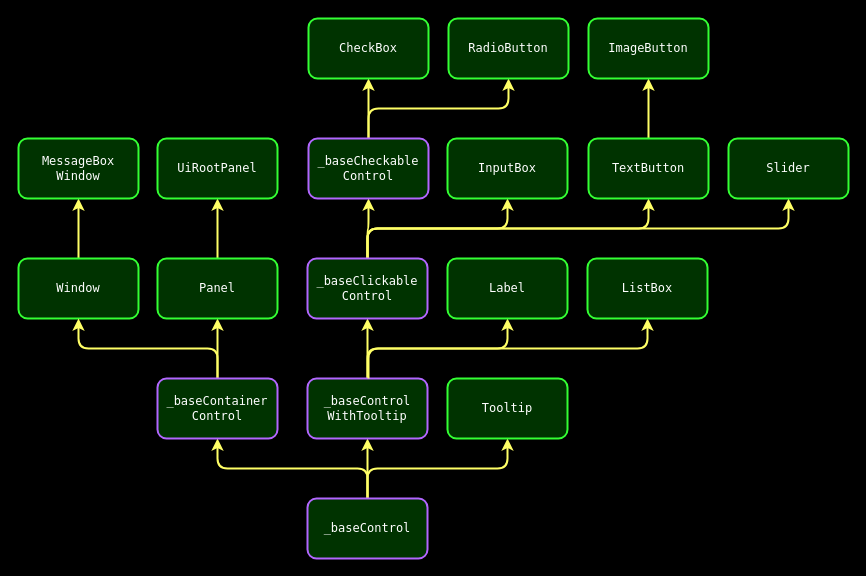
Before: _assets_/documentation/raptor-objects-ui.drawio in Grisgram/gml-raptor, a draw.io diagram. Source tidied: cells renumbered, new cells numbered last; positions are measured from the earlier drawing's top-left corner, leaving out a move shared by most shapes. Both pictures are drawn from the tidied source at 100%, with x=0, y=0 at pixel (18, 18).
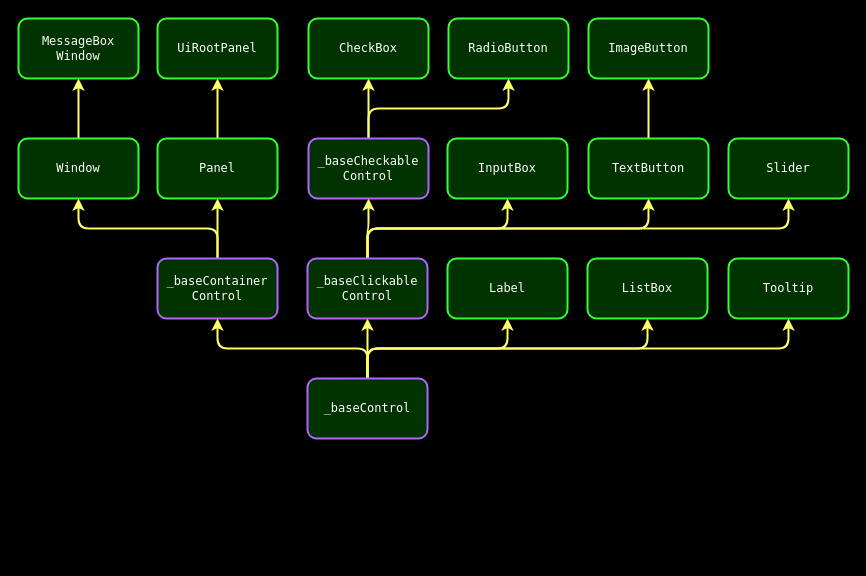
Above is the later version.

The change refers to these unchanged cells:
```xml
<mxCell id="17" value="&lt;font face=&quot;Lucida Console&quot;&gt;_baseClickable&lt;br&gt;Control&lt;br&gt;&lt;/font&gt;" style="rounded=1;whiteSpace=wrap;html=1;fillColor=#003300;strokeColor=#B266FF;fontColor=#FFFFFF;strokeWidth=2;" parent="1" vertex="1">
  <mxGeometry x="289" y="240" width="120" height="60" as="geometry" />
</mxCell>
<mxCell id="18" value="&lt;font face=&quot;Lucida Console&quot;&gt;Label&lt;br&gt;&lt;/font&gt;" style="rounded=1;whiteSpace=wrap;html=1;fillColor=#003300;strokeColor=#33FF33;fontColor=#FFFFFF;strokeWidth=2;" parent="1" vertex="1">
  <mxGeometry x="429" y="240" width="120" height="60" as="geometry" />
</mxCell>
<mxCell id="36" value="&lt;font face=&quot;Lucida Console&quot;&gt;ListBox&lt;br&gt;&lt;/font&gt;" style="rounded=1;whiteSpace=wrap;html=1;fillColor=#003300;strokeColor=#33FF33;fontColor=#FFFFFF;strokeWidth=2;" parent="1" vertex="1">
  <mxGeometry x="569" y="240" width="120" height="60" as="geometry" />
</mxCell>
```

What changed in the source:
```diff
@@
-    <mxCell id="2" style="edgeStyle=orthogonalEdgeStyle;shape=connector;rounded=1;jettySize=auto;html=1;labelBackgroundColor=default;fontFamily=Helvetica;fontSize=12;fontColor=#FFFFFF;endArrow=classic;strokeColor=#FFFF66;strokeWidth=2;exitX=0.5;exitY=0;exitDx=0;exitDy=0;" parent="1" edge="1" source="5" target="8">
-      <mxGeometry relative="1" as="geometry" />
-    </mxCell>
@@
+    <mxCell id="37" style="edgeStyle=orthogonalEdgeStyle;shape=connector;rounded=1;jettySize=auto;html=1;exitX=0.5;exitY=0;exitDx=0;exitDy=0;entryX=0.5;entryY=1;entryDx=0;entryDy=0;strokeColor=#FFFF66;strokeWidth=2;align=center;verticalAlign=middle;fontFamily=Helvetica;fontSize=12;fontColor=#FFFFFF;labelBackgroundColor=default;endArrow=classic;" parent="1" edge="1" source="5" target="17">
+      <mxGeometry relative="1" as="geometry" />
+    </mxCell>
+    <mxCell id="38" style="edgeStyle=orthogonalEdgeStyle;shape=connector;rounded=1;jettySize=auto;html=1;exitX=0.5;exitY=0;exitDx=0;exitDy=0;entryX=0.5;entryY=1;entryDx=0;entryDy=0;strokeColor=#FFFF66;strokeWidth=2;align=center;verticalAlign=middle;fontFamily=Helvetica;fontSize=12;fontColor=#FFFFFF;labelBackgroundColor=default;endArrow=classic;" parent="1" edge="1" source="5" target="18">
+      <mxGeometry relative="1" as="geometry" />
+    </mxCell>
+    <mxCell id="39" style="edgeStyle=orthogonalEdgeStyle;shape=connector;rounded=1;jettySize=auto;html=1;exitX=0.5;exitY=0;exitDx=0;exitDy=0;entryX=0.5;entryY=1;entryDx=0;entryDy=0;strokeColor=#FFFF66;strokeWidth=2;align=center;verticalAlign=middle;fontFamily=Helvetica;fontSize=12;fontColor=#FFFFFF;labelBackgroundColor=default;endArrow=classic;" parent="1" edge="1" source="5" target="36">
+      <mxGeometry relative="1" as="geometry" />
+    </mxCell>
     <mxCell id="5" value="&lt;font face=&quot;Lucida Console&quot;&gt;_baseControl&lt;/font&gt;" style="rounded=1;whiteSpace=wrap;html=1;fillColor=#003300;strokeColor=#B266FF;fontColor=#FFFFFF;strokeWidth=2;" parent="1" vertex="1">
-      <mxGeometry x="289" y="480" width="120" height="60" as="geometry" />
+      <mxGeometry x="289" y="360" width="120" height="60" as="geometry" />
     </mxCell>
-    <mxCell id="6" style="edgeStyle=orthogonalEdgeStyle;shape=connector;rounded=1;jettySize=auto;html=1;labelBackgroundColor=default;fontFamily=Helvetica;fontSize=12;fontColor=#FFFFFF;endArrow=classic;strokeColor=#FFFF66;strokeWidth=2;exitX=0.5;exitY=0;exitDx=0;exitDy=0;" parent="1" edge="1" source="8" target="17">
-      <mxGeometry relative="1" as="geometry" />
-    </mxCell>
-    <mxCell id="7" style="edgeStyle=orthogonalEdgeStyle;shape=connector;rounded=1;jettySize=auto;html=1;exitX=0.5;exitY=0;exitDx=0;exitDy=0;entryX=0.5;entryY=1;entryDx=0;entryDy=0;labelBackgroundColor=default;fontFamily=Helvetica;fontSize=12;fontColor=#FFFFFF;endArrow=classic;strokeColor=#FFFF66;strokeWidth=2;" parent="1" edge="1" source="8" target="18">
-      <mxGeometry relative="1" as="geometry" />
-    </mxCell>
-    <mxCell id="8" value="&lt;font face=&quot;Lucida Console&quot;&gt;_baseControl&lt;br&gt;WithTooltip&lt;br&gt;&lt;/font&gt;" style="rounded=1;whiteSpace=wrap;html=1;fillColor=#003300;strokeColor=#B266FF;fontColor=#FFFFFF;strokeWidth=2;" parent="1" vertex="1">
-      <mxGeometry x="289" y="360" width="120" height="60" as="geometry" />
-    </mxCell>
     <mxCell id="9" value="&lt;font face=&quot;Lucida Console&quot;&gt;Tooltip&lt;/font&gt;" style="rounded=1;whiteSpace=wrap;html=1;fillColor=#003300;strokeColor=#33FF33;fontColor=#FFFFFF;strokeWidth=2;" parent="1" vertex="1">
-      <mxGeometry x="429" y="360" width="120" height="60" as="geometry" />
+      <mxGeometry x="710" y="240" width="120" height="60" as="geometry" />
     </mxCell>
@@
     <mxCell id="11" value="&lt;font face=&quot;Lucida Console&quot;&gt;Window&lt;/font&gt;" style="rounded=1;whiteSpace=wrap;html=1;fillColor=#003300;strokeColor=#33FF33;fontColor=#FFFFFF;strokeWidth=2;" parent="1" vertex="1">
-      <mxGeometry y="240" width="120" height="60" as="geometry" />
+      <mxGeometry y="120" width="120" height="60" as="geometry" />
     </mxCell>
     <mxCell id="12" value="&lt;font face=&quot;Lucida Console&quot;&gt;MessageBox&lt;br&gt;Window&lt;/font&gt;" style="rounded=1;whiteSpace=wrap;html=1;fillColor=#003300;strokeColor=#33FF33;fontColor=#FFFFFF;strokeWidth=2;" parent="1" vertex="1">
-      <mxGeometry y="120" width="120" height="60" as="geometry" />
+      <mxGeometry width="120" height="60" as="geometry" />
     </mxCell>
@@
     <mxCell id="30" value="&lt;font face=&quot;Lucida Console&quot;&gt;_baseContainer&lt;br&gt;Control&lt;/font&gt;" style="rounded=1;whiteSpace=wrap;html=1;fillColor=#003300;strokeColor=#B266FF;fontColor=#FFFFFF;strokeWidth=2;" parent="1" vertex="1">
-      <mxGeometry x="139" y="360" width="120" height="60" as="geometry" />
+      <mxGeometry x="139" y="240" width="120" height="60" as="geometry" />
     </mxCell>
@@
     <mxCell id="32" value="&lt;font face=&quot;Lucida Console&quot;&gt;Panel&lt;/font&gt;" style="rounded=1;whiteSpace=wrap;html=1;fillColor=#003300;strokeColor=#33FF33;fontColor=#FFFFFF;strokeWidth=2;" parent="1" vertex="1">
-      <mxGeometry x="139" y="240" width="120" height="60" as="geometry" />
+      <mxGeometry x="139" y="120" width="120" height="60" as="geometry" />
     </mxCell>
     <mxCell id="33" value="&lt;font face=&quot;Lucida Console&quot;&gt;UiRootPanel&lt;/font&gt;" style="rounded=1;whiteSpace=wrap;html=1;fillColor=#003300;strokeColor=#33FF33;fontColor=#FFFFFF;strokeWidth=2;" parent="1" vertex="1">
-      <mxGeometry x="139" y="120" width="120" height="60" as="geometry" />
+      <mxGeometry x="139" width="120" height="60" as="geometry" />
     </mxCell>
@@
-    <mxCell id="35" style="edgeStyle=orthogonalEdgeStyle;rounded=1;jettySize=auto;html=1;exitX=0.5;exitY=0;exitDx=0;exitDy=0;entryX=0.5;entryY=1;entryDx=0;entryDy=0;strokeColor=#FFFF66;strokeWidth=2;align=center;verticalAlign=middle;fontFamily=Helvetica;fontSize=12;fontColor=#FFFFFF;labelBackgroundColor=default;endArrow=classic;" parent="1" edge="1" target="36">
-      <mxGeometry relative="1" as="geometry">
-        <mxPoint x="350" y="360" as="sourcePoint" />
-        <Array as="points">
-          <mxPoint x="350" y="330" />
-          <mxPoint x="629" y="330" />
-        </Array>
-      </mxGeometry>
-    </mxCell>
```
